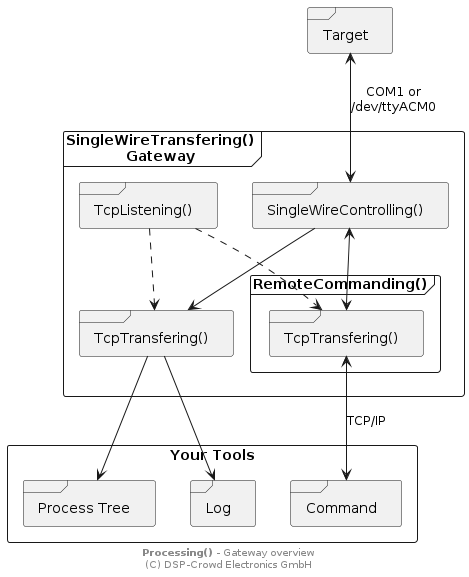
Earlier version of the PlantUML export doc/system/overview-gw.png (NoOrientationProgramming/code-orb).
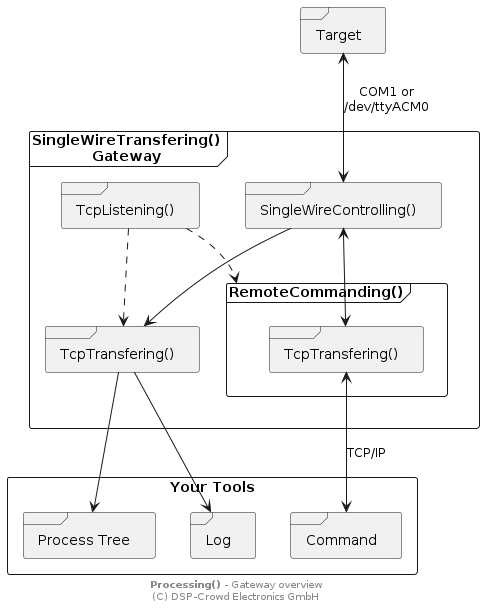
After the commit.

The edit, as a diff of the source:
```diff
@@ -22,7 +22,7 @@
 pTarget <--> pSwt : "COM1 or\n/dev/ttyACM0"
 
 pTcp ..> pTrans
-pTcp ..> pTrans2
+pTcp ..> pCmdRemote
 
 pSwt --> pTrans
 pSwt <--> pTrans2
```
